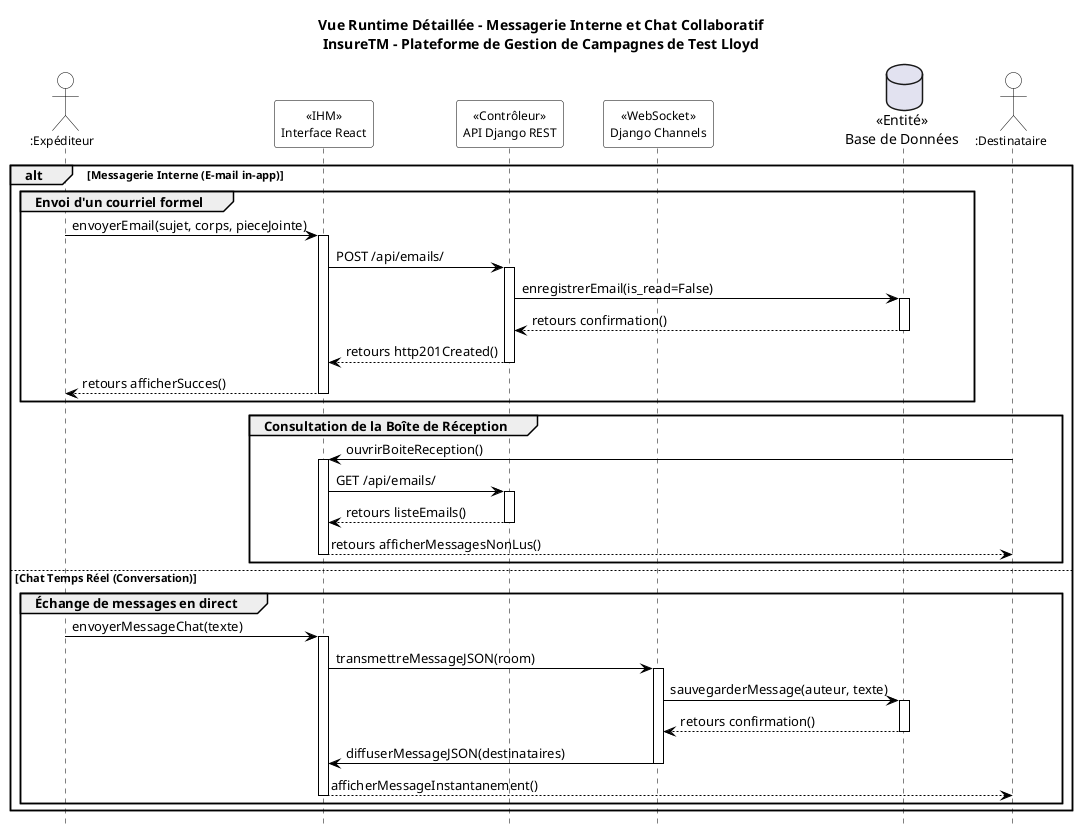
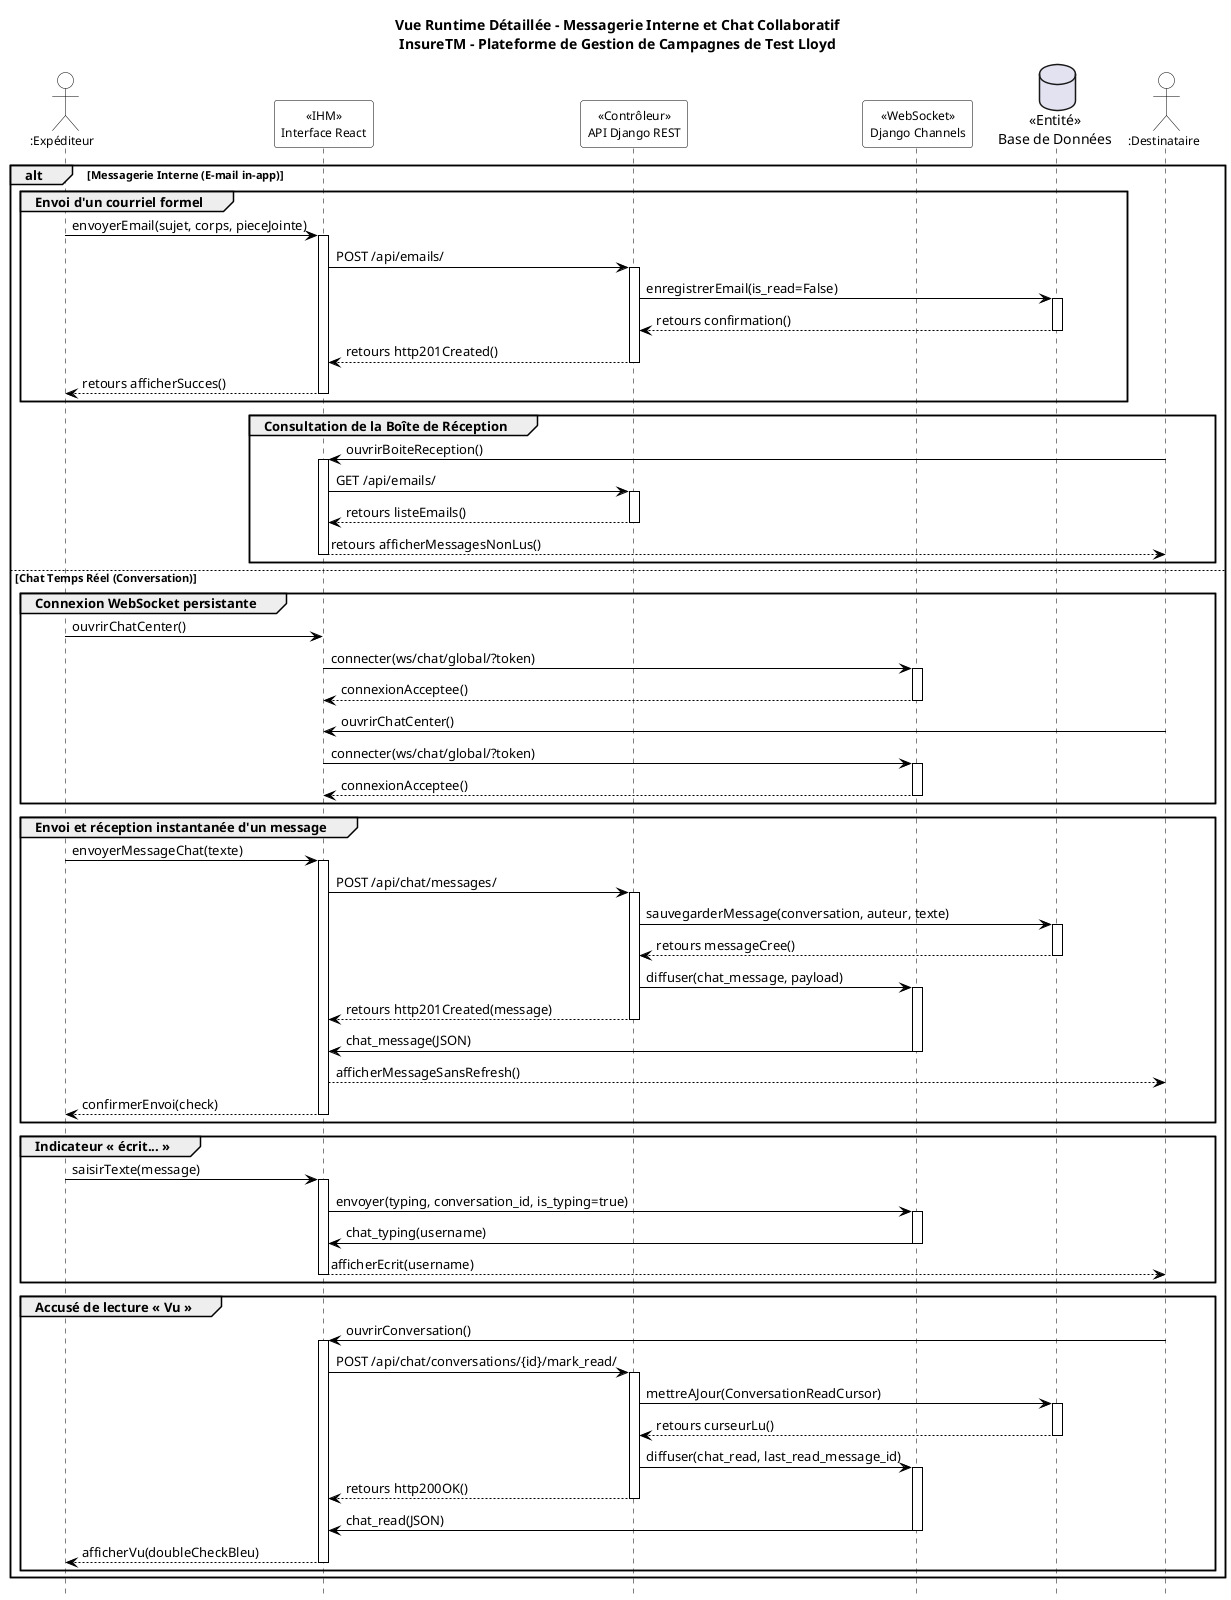
@startuml

title Vue Runtime Détaillée - Messagerie Interne et Chat Collaboratif\nInsureTM - Plateforme de Gestion de Campagnes de Test Lloyd

skinparam Shadowing false
hide footbox
skinparam ParticipantPadding 15

skinparam sequence {
    ArrowColor #000000
    ActorBorderColor #000000
    LifeLineBorderColor #000000
    LifeLineBackgroundColor #FFFFFF
    ParticipantBorderColor #000000
    ParticipantBackgroundColor #FFFFFF
    ParticipantFontName Helvetica
    ParticipantFontSize 12
    ParticipantFontColor #000000
    ActorBackgroundColor #FFFFFF
    ActorFontName Helvetica
    ActorFontSize 12
    ActorFontColor #000000
    NoteBackgroundColor #FFFFCC
    NoteBorderColor #999999
}

actor ":Expéditeur" as Sender

participant "«IHM»\nInterface React" as Frontend
participant "«Contrôleur»\nAPI Django REST" as RestAPI
participant "«WebSocket»\nDjango Channels" as WebSockets
database "«Entité»\nBase de Données" as DB

actor ":Destinataire" as Receiver

alt Messagerie Interne (E-mail in-app)

    group Envoi d'un courriel formel
        Sender -> Frontend: envoyerEmail(sujet, corps, pieceJointe)
        activate Frontend
        Frontend -> RestAPI: POST /api/emails/
        activate RestAPI
        RestAPI -> DB: enregistrerEmail(is_read=False)
        activate DB
        DB --> RestAPI: retours confirmation()
        deactivate DB
        RestAPI --> Frontend: retours http201Created()
        deactivate RestAPI
        Frontend --> Sender: retours afficherSucces()
        deactivate Frontend
    end

    group Consultation de la Boîte de Réception
        Receiver -> Frontend: ouvrirBoiteReception()
        activate Frontend
        Frontend -> RestAPI: GET /api/emails/
        activate RestAPI
        RestAPI --> Frontend: retours listeEmails()
        deactivate RestAPI
        Frontend --> Receiver: retours afficherMessagesNonLus()
        deactivate Frontend
    end

else Chat Temps Réel (Conversation)

-     group Échange de messages en direct
+     group Connexion WebSocket persistante
+         Sender -> Frontend: ouvrirChatCenter()
+         Frontend -> WebSockets: connecter(ws/chat/global/?token)
+         activate WebSockets
+         WebSockets --> Frontend: connexionAcceptee()
+         deactivate WebSockets
+         Receiver -> Frontend: ouvrirChatCenter()
+         Frontend -> WebSockets: connecter(ws/chat/global/?token)
+         activate WebSockets
+         WebSockets --> Frontend: connexionAcceptee()
+         deactivate WebSockets
+     end
+ 
+     group Envoi et réception instantanée d'un message
        Sender -> Frontend: envoyerMessageChat(texte)
        activate Frontend
-         Frontend -> WebSockets: transmettreMessageJSON(room)
+         Frontend -> RestAPI: POST /api/chat/messages/
+         activate RestAPI
+         RestAPI -> DB: sauvegarderMessage(conversation, auteur, texte)
+         activate DB
+         DB --> RestAPI: retours messageCree()
+         deactivate DB
+         RestAPI -> WebSockets: diffuser(chat_message, payload)
        activate WebSockets
-         WebSockets -> DB: sauvegarderMessage(auteur, texte)
+         RestAPI --> Frontend: retours http201Created(message)
+         deactivate RestAPI
+         WebSockets -> Frontend: chat_message(JSON)
+         deactivate WebSockets
+         Frontend --> Receiver: afficherMessageSansRefresh()
+         Frontend --> Sender: confirmerEnvoi(check)
+         deactivate Frontend
+     end
+ 
+     group Indicateur « écrit... »
+         Sender -> Frontend: saisirTexte(message)
+         activate Frontend
+         Frontend -> WebSockets: envoyer(typing, conversation_id, is_typing=true)
+         activate WebSockets
+         WebSockets -> Frontend: chat_typing(username)
+         deactivate WebSockets
+         Frontend --> Receiver: afficherEcrit(username)
+         deactivate Frontend
+     end
+ 
+     group Accusé de lecture « Vu »
+         Receiver -> Frontend: ouvrirConversation()
+         activate Frontend
+         Frontend -> RestAPI: POST /api/chat/conversations/{id}/mark_read/
+         activate RestAPI
+         RestAPI -> DB: mettreAJour(ConversationReadCursor)
        activate DB
-         DB --> WebSockets: retours confirmation()
+         DB --> RestAPI: retours curseurLu()
        deactivate DB
-         WebSockets -> Frontend: diffuserMessageJSON(destinataires)
+         RestAPI -> WebSockets: diffuser(chat_read, last_read_message_id)
+         activate WebSockets
+         RestAPI --> Frontend: retours http200OK()
+         deactivate RestAPI
+         WebSockets -> Frontend: chat_read(JSON)
        deactivate WebSockets
-         Frontend --> Receiver: afficherMessageInstantanement()
+         Frontend --> Sender: afficherVu(doubleCheckBleu)
        deactivate Frontend
    end

end

@enduml
